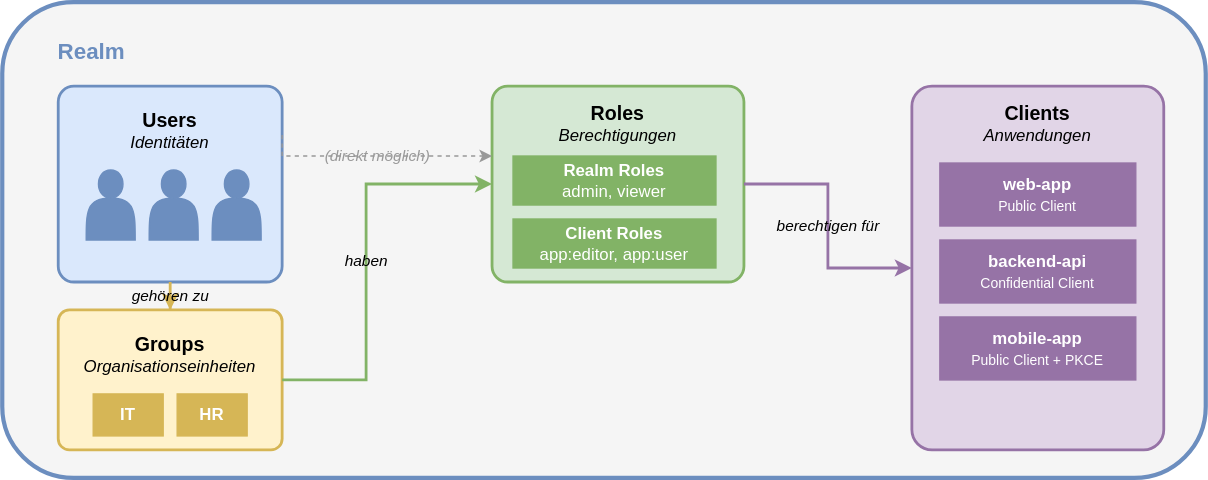
Earlier version of the draw.io export slides/04-clients-benutzerverwaltung/images/realm_components.drawio.svg (it-erben/training-keycloak). Source tidied: cells renumbered, new cells last; positions are measured from the earlier drawing's top-left corner, leaving out a move shared by most shapes.
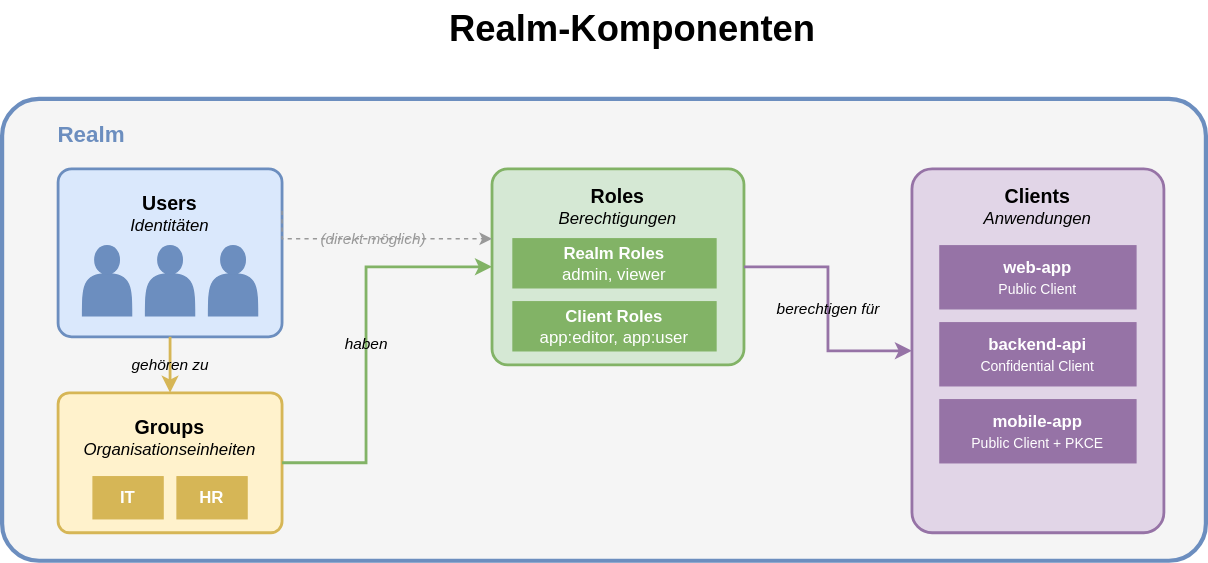
The same diagram one commit later.

Diff of the diagram source:
```diff
@@ -2,23 +2,23 @@
   <root>
     <mxCell id="0" />
     <mxCell id="1" parent="0" />
-    <mxCell id="2" style="rounded=1;whiteSpace=wrap;html=1;fillColor=#f5f5f5;strokeColor=#6c8ebf;strokeWidth=3;dashed=0;fontColor=light-dark(#412a2a, #ededed);" parent="1" vertex="1">
-      <mxGeometry width="860" height="340" as="geometry" />
+    <mxCell id="2" style="rounded=1;whiteSpace=wrap;html=1;fillColor=#f5f5f5;strokeColor=#6c8ebf;strokeWidth=3;dashed=0;fontColor=light-dark(#412a2a, #ededed);arcSize=8;" parent="1" vertex="1">
+      <mxGeometry y="10" width="860" height="330" as="geometry" />
     </mxCell>
     <mxCell id="3" value="&lt;b style=&quot;font-size:16px;color:#6c8ebf&quot;&gt;Realm&lt;/b&gt;" style="text;html=1;strokeColor=none;fillColor=none;align=left;verticalAlign=middle;whiteSpace=wrap;rounded=0;" parent="1" vertex="1">
       <mxGeometry x="37.5" y="20" width="80" height="30" as="geometry" />
     </mxCell>
     <mxCell id="4" value="&lt;b style=&quot;font-size:14px&quot;&gt;Users&lt;/b&gt;&lt;br&gt;&lt;i&gt;Identitäten&lt;/i&gt;" style="rounded=1;whiteSpace=wrap;html=1;fillColor=#dae8fc;strokeColor=#6c8ebf;strokeWidth=2;verticalAlign=top;spacingTop=10;arcSize=8;" parent="1" vertex="1">
-      <mxGeometry x="40" y="60" width="160" height="140" as="geometry" />
+      <mxGeometry x="40" y="60" width="160" height="120" as="geometry" />
     </mxCell>
     <mxCell id="5" style="shape=actor;whiteSpace=wrap;html=1;fillColor=#6c8ebf;strokeColor=#6c8ebf;" parent="1" vertex="1">
-      <mxGeometry x="60" y="120" width="35" height="50" as="geometry" />
+      <mxGeometry x="57.5" y="115" width="35" height="50" as="geometry" />
     </mxCell>
     <mxCell id="6" style="shape=actor;whiteSpace=wrap;html=1;fillColor=#6c8ebf;strokeColor=#6c8ebf;" parent="1" vertex="1">
-      <mxGeometry x="105" y="120" width="35" height="50" as="geometry" />
+      <mxGeometry x="102.5" y="115" width="35" height="50" as="geometry" />
     </mxCell>
     <mxCell id="7" style="shape=actor;whiteSpace=wrap;html=1;fillColor=#6c8ebf;strokeColor=#6c8ebf;" parent="1" vertex="1">
-      <mxGeometry x="150" y="120" width="35" height="50" as="geometry" />
+      <mxGeometry x="147.5" y="115" width="35" height="50" as="geometry" />
     </mxCell>
     <mxCell id="8" value="&lt;b style=&quot;font-size:14px&quot;&gt;Groups&lt;/b&gt;&lt;br&gt;&lt;i&gt;Organisationseinheiten&lt;/i&gt;" style="rounded=1;whiteSpace=wrap;html=1;fillColor=#fff2cc;strokeColor=#d6b656;strokeWidth=2;verticalAlign=top;spacingTop=10;arcSize=8;" parent="1" vertex="1">
       <mxGeometry x="40" y="220" width="160" height="100" as="geometry" />
@@ -73,5 +73,8 @@
         </Array>
       </mxGeometry>
     </mxCell>
+    <mxCell id="22" value="&lt;font style=&quot;font-size: 26px;&quot;&gt;Realm-Komponenten&lt;/font&gt;" style="text;strokeColor=none;fillColor=none;html=1;fontSize=24;fontStyle=1;verticalAlign=middle;align=center;" parent="1" vertex="1">
+      <mxGeometry x="400" y="-60" width="100" height="40" as="geometry" />
+    </mxCell>
   </root>
 </mxGraphModel>
```
